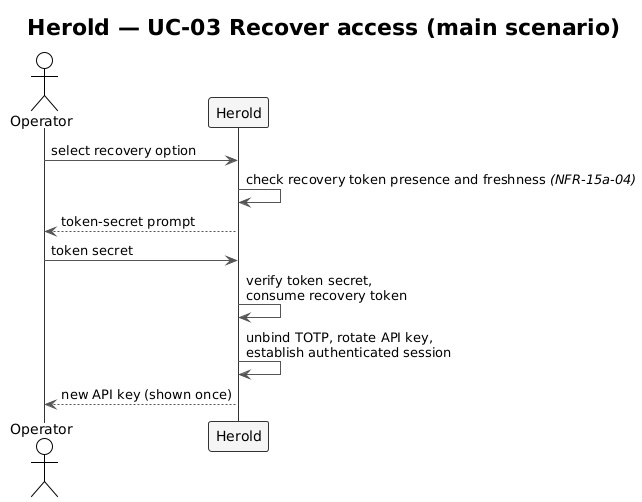
The PlantUML diagram docs/spec/diagrams-png/f2-uc03-recover-access.png in carstenlucke/herold, before a commit.
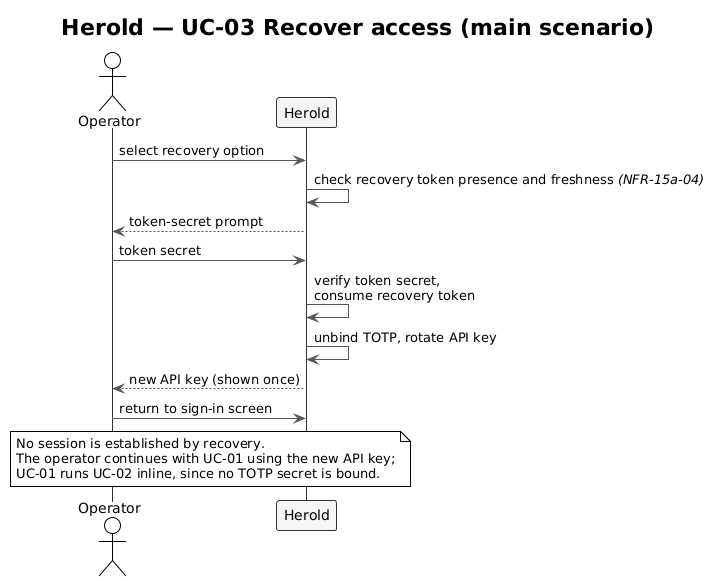
After the commit.

Commit message:
docs(spec): align F2 with implemented recovery and dispatch behaviour

Change to the diagram source:
```diff
@@ -19,7 +19,10 @@
 
 OP  ->  SYS : token secret
 SYS ->  SYS : verify token secret,\nconsume recovery token
-SYS ->  SYS : unbind TOTP, rotate API key,\nestablish authenticated session
+SYS ->  SYS : unbind TOTP, rotate API key
 SYS --> OP  : new API key (shown once)
+OP  ->  SYS : return to sign-in screen
+
+note over OP, SYS : No session is established by recovery.\nThe operator continues with UC-01 using the new API key;\nUC-01 runs UC-02 inline, since no TOTP secret is bound.
 
 @enduml
```
